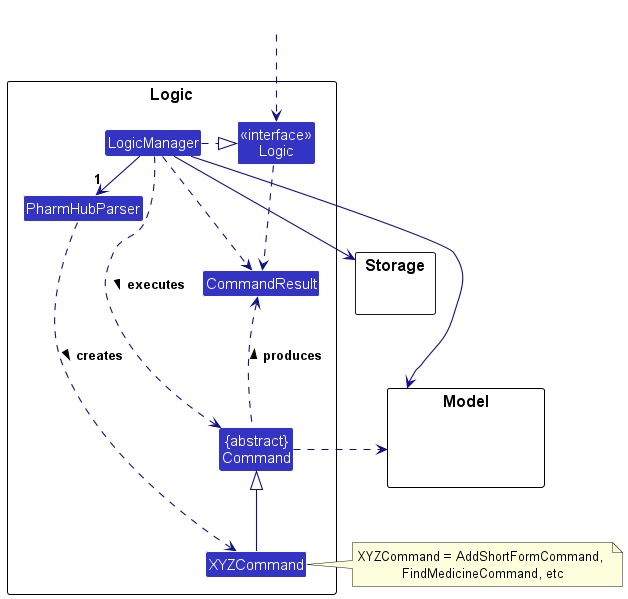
Earlier version of the PlantUML export docs/images/LogicClassDiagram.png (timetraveller-123/tp).
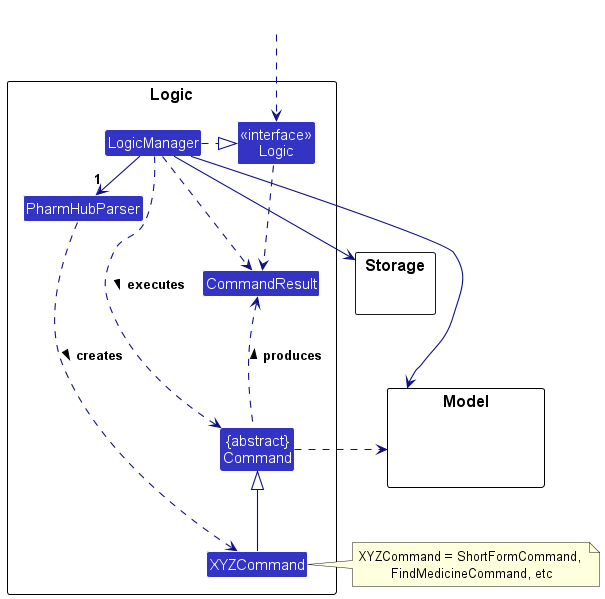
After the change.

Diff of the diagram source:
```diff
@@ -38,7 +38,7 @@
 Storage --[hidden] Model
 Command .[hidden]up.> Storage
 Command .right.> Model
-note right of XYZCommand: XYZCommand = AddShortFormCommand, \nFindMedicineCommand, etc
+note right of XYZCommand: XYZCommand = ShortFormCommand, \nFindMedicineCommand, etc
 
 Logic ..> CommandResult
 LogicManager .down.> CommandResult
```
